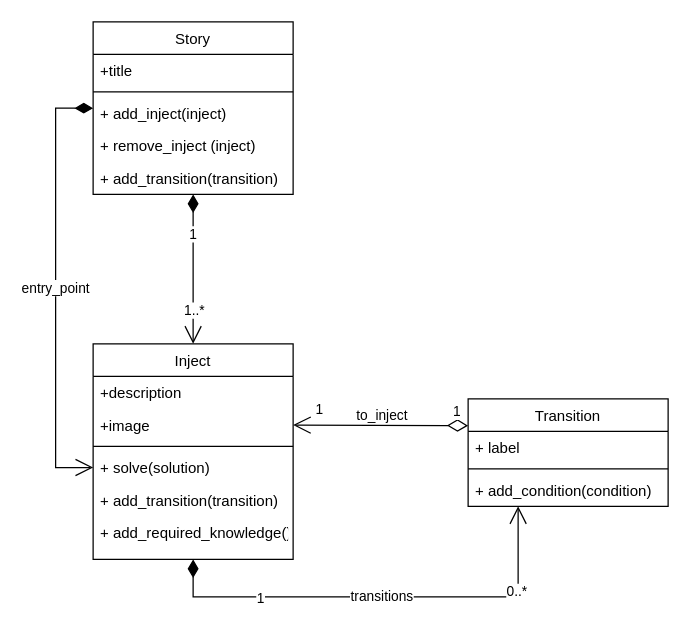
Earlier version of the draw.io diagram page "Story_alternative_1" (5 of 10) of artefacts/static_view/class diagram.drawio (Elias-Ladenburger/CSEP). Source tidied: cells renumbered, new cells numbered last; positions are measured from the earlier drawing's top-left corner, leaving out a move shared by most shapes. Both pictures are drawn from the tidied source at 125%, with x=0, y=0 at pixel (55, 21).
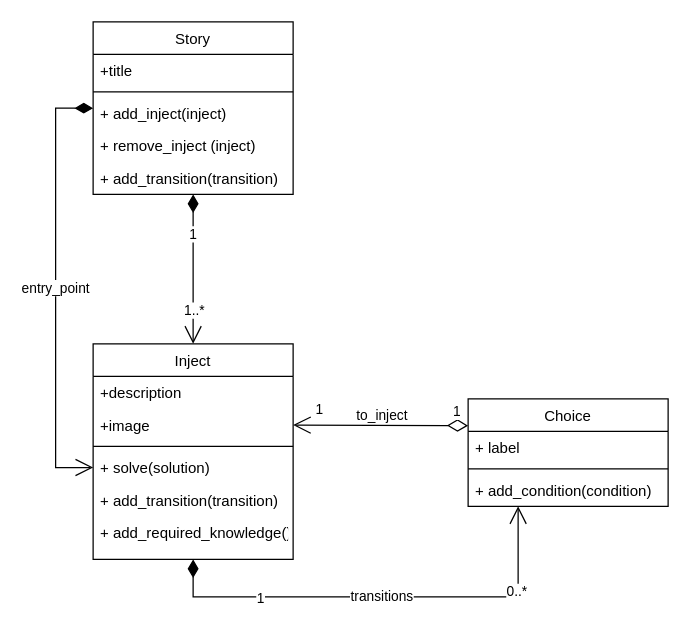
Above is the later version.

Diff of the diagram source:
```diff
@@
-    <mxCell id="12" value="Transition" style="swimlane;fontStyle=0;align=center;verticalAlign=top;horizontal=1;startSize=26;rounded=0;shadow=0;strokeWidth=1;" parent="1" vertex="1">
+    <mxCell id="12" value="Choice" style="swimlane;fontStyle=0;align=center;verticalAlign=top;horizontal=1;startSize=26;rounded=0;shadow=0;strokeWidth=1;" parent="1" vertex="1">
       <mxGeometry x="330" y="301.5" width="160" height="86" as="geometry" />
     </mxCell>
```
